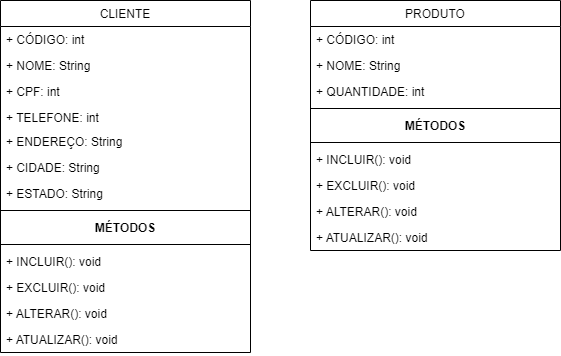
Earlier version of the draw.io export Untitled Diagram.drawio.png (joao100101/Engenharia-De-Software). Source tidied: cells renumbered, new cells last; positions are measured from the earlier drawing's top-left corner, leaving out a move shared by most shapes.
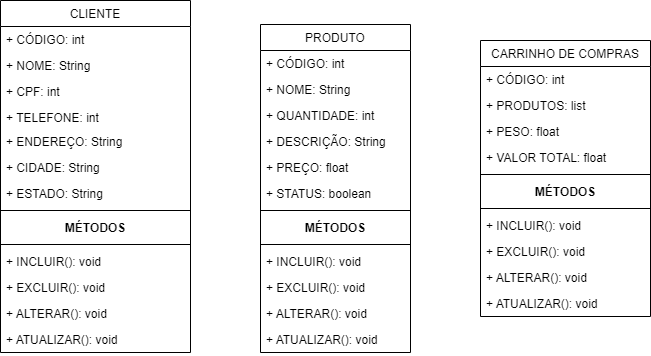
The same diagram one commit later.

Commit message:
Adicionado carrinho de compras

Change to the diagram source:
```diff
@@ -3,82 +3,127 @@
     <mxCell id="0" />
     <mxCell id="1" parent="0" />
     <mxCell id="2" value="CLIENTE" style="swimlane;fontStyle=0;horizontal=1;startSize=26;fillColor=none;" parent="1" vertex="1">
-      <mxGeometry width="250" height="352" as="geometry" />
+      <mxGeometry x="-10" y="10" width="190" height="352" as="geometry" />
     </mxCell>
     <mxCell id="3" value="+ CÓDIGO: int" style="text;strokeColor=none;fillColor=none;align=left;verticalAlign=top;spacingLeft=4;spacingRight=4;overflow=hidden;" parent="2" vertex="1">
-      <mxGeometry y="26" width="250" height="26" as="geometry" />
+      <mxGeometry y="26" width="190" height="26" as="geometry" />
     </mxCell>
     <mxCell id="4" value="+ NOME: String" style="text;strokeColor=none;fillColor=none;align=left;verticalAlign=top;spacingLeft=4;spacingRight=4;overflow=hidden;" parent="2" vertex="1">
-      <mxGeometry y="52" width="250" height="26" as="geometry" />
+      <mxGeometry y="52" width="190" height="26" as="geometry" />
     </mxCell>
     <mxCell id="5" value="+ CPF: int" style="text;strokeColor=none;fillColor=none;align=left;verticalAlign=top;spacingLeft=4;spacingRight=4;overflow=hidden;" parent="2" vertex="1">
-      <mxGeometry y="78" width="250" height="26" as="geometry" />
+      <mxGeometry y="78" width="190" height="26" as="geometry" />
     </mxCell>
     <mxCell id="6" value="+ TELEFONE: int" style="text;strokeColor=none;fillColor=none;align=left;verticalAlign=top;spacingLeft=4;spacingRight=4;overflow=hidden;" parent="2" vertex="1">
-      <mxGeometry y="104" width="250" height="24" as="geometry" />
+      <mxGeometry y="104" width="190" height="24" as="geometry" />
     </mxCell>
     <mxCell id="7" value="+ ENDEREÇO: String" style="text;strokeColor=none;fillColor=none;align=left;verticalAlign=top;spacingLeft=4;spacingRight=4;overflow=hidden;" parent="2" vertex="1">
-      <mxGeometry y="128" width="250" height="26" as="geometry" />
+      <mxGeometry y="128" width="190" height="26" as="geometry" />
     </mxCell>
     <mxCell id="8" value="+ CIDADE: String" style="text;strokeColor=none;fillColor=none;align=left;verticalAlign=top;spacingLeft=4;spacingRight=4;overflow=hidden;" parent="2" vertex="1">
-      <mxGeometry y="154" width="250" height="26" as="geometry" />
+      <mxGeometry y="154" width="190" height="26" as="geometry" />
     </mxCell>
     <mxCell id="9" value="+ ESTADO: String" style="text;strokeColor=none;fillColor=none;align=left;verticalAlign=top;spacingLeft=4;spacingRight=4;overflow=hidden;" parent="2" vertex="1">
-      <mxGeometry y="180" width="250" height="26" as="geometry" />
+      <mxGeometry y="180" width="190" height="26" as="geometry" />
     </mxCell>
     <mxCell id="10" style="line;strokeWidth=1;fillColor=none;align=left;verticalAlign=middle;spacingTop=-1;spacingLeft=3;spacingRight=3;labelPosition=right;" parent="2" vertex="1">
-      <mxGeometry y="206" width="250" height="8" as="geometry" />
+      <mxGeometry y="206" width="190" height="8" as="geometry" />
     </mxCell>
     <mxCell id="11" value="MÉTODOS" style="text;align=center;fontStyle=1;verticalAlign=middle;spacingLeft=3;spacingRight=3;strokeColor=none;" parent="2" vertex="1">
-      <mxGeometry y="214" width="250" height="26" as="geometry" />
+      <mxGeometry y="214" width="190" height="26" as="geometry" />
     </mxCell>
     <mxCell id="12" style="line;strokeWidth=1;fillColor=none;align=left;verticalAlign=middle;spacingTop=-1;spacingLeft=3;spacingRight=3;labelPosition=right;" parent="2" vertex="1">
-      <mxGeometry y="240" width="250" height="8" as="geometry" />
+      <mxGeometry y="240" width="190" height="8" as="geometry" />
     </mxCell>
     <mxCell id="13" value="+ INCLUIR(): void" style="text;strokeColor=none;fillColor=none;align=left;verticalAlign=top;spacingLeft=4;spacingRight=4;overflow=hidden;" parent="2" vertex="1">
-      <mxGeometry y="248" width="250" height="26" as="geometry" />
+      <mxGeometry y="248" width="190" height="26" as="geometry" />
     </mxCell>
     <mxCell id="14" value="+ EXCLUIR(): void" style="text;strokeColor=none;fillColor=none;align=left;verticalAlign=top;spacingLeft=4;spacingRight=4;overflow=hidden;" parent="2" vertex="1">
-      <mxGeometry y="274" width="250" height="26" as="geometry" />
+      <mxGeometry y="274" width="190" height="26" as="geometry" />
     </mxCell>
     <mxCell id="15" value="+ ALTERAR(): void" style="text;strokeColor=none;fillColor=none;align=left;verticalAlign=top;spacingLeft=4;spacingRight=4;overflow=hidden;" parent="2" vertex="1">
-      <mxGeometry y="300" width="250" height="26" as="geometry" />
+      <mxGeometry y="300" width="190" height="26" as="geometry" />
     </mxCell>
     <mxCell id="16" value="+ ATUALIZAR(): void" style="text;strokeColor=none;fillColor=none;align=left;verticalAlign=top;spacingLeft=4;spacingRight=4;overflow=hidden;" parent="2" vertex="1">
-      <mxGeometry y="326" width="250" height="26" as="geometry" />
+      <mxGeometry y="326" width="190" height="26" as="geometry" />
     </mxCell>
     <mxCell id="17" value="PRODUTO" style="swimlane;fontStyle=0;horizontal=1;startSize=26;fillColor=none;" parent="1" vertex="1">
-      <mxGeometry x="310" width="250" height="250" as="geometry" />
+      <mxGeometry x="250" y="34" width="150" height="328" as="geometry" />
     </mxCell>
     <mxCell id="18" value="+ CÓDIGO: int" style="text;strokeColor=none;fillColor=none;align=left;verticalAlign=top;spacingLeft=4;spacingRight=4;overflow=hidden;" parent="17" vertex="1">
-      <mxGeometry y="26" width="250" height="26" as="geometry" />
+      <mxGeometry y="26" width="150" height="26" as="geometry" />
     </mxCell>
     <mxCell id="19" value="+ NOME: String" style="text;strokeColor=none;fillColor=none;align=left;verticalAlign=top;spacingLeft=4;spacingRight=4;overflow=hidden;" parent="17" vertex="1">
-      <mxGeometry y="52" width="250" height="26" as="geometry" />
+      <mxGeometry y="52" width="150" height="26" as="geometry" />
     </mxCell>
     <mxCell id="20" value="+ QUANTIDADE: int" style="text;strokeColor=none;fillColor=none;align=left;verticalAlign=top;spacingLeft=4;spacingRight=4;overflow=hidden;" parent="17" vertex="1">
-      <mxGeometry y="78" width="250" height="26" as="geometry" />
+      <mxGeometry y="78" width="150" height="26" as="geometry" />
     </mxCell>
+    <mxCell id="28" value="+ DESCRIÇÃO: String" style="text;strokeColor=none;fillColor=none;align=left;verticalAlign=top;spacingLeft=4;spacingRight=4;overflow=hidden;" parent="17" vertex="1">
+      <mxGeometry y="104" width="150" height="26" as="geometry" />
+    </mxCell>
+    <mxCell id="29" value="+ PREÇO: float" style="text;strokeColor=none;fillColor=none;align=left;verticalAlign=top;spacingLeft=4;spacingRight=4;overflow=hidden;" parent="17" vertex="1">
+      <mxGeometry y="130" width="150" height="26" as="geometry" />
+    </mxCell>
+    <mxCell id="30" value="+ STATUS: boolean" style="text;strokeColor=none;fillColor=none;align=left;verticalAlign=top;spacingLeft=4;spacingRight=4;overflow=hidden;" parent="17" vertex="1">
+      <mxGeometry y="156" width="150" height="26" as="geometry" />
+    </mxCell>
     <mxCell id="21" style="line;strokeWidth=1;fillColor=none;align=left;verticalAlign=middle;spacingTop=-1;spacingLeft=3;spacingRight=3;labelPosition=right;" parent="17" vertex="1">
-      <mxGeometry y="104" width="250" height="8" as="geometry" />
+      <mxGeometry y="182" width="150" height="8" as="geometry" />
     </mxCell>
     <mxCell id="22" value="MÉTODOS" style="text;align=center;fontStyle=1;verticalAlign=middle;spacingLeft=3;spacingRight=3;strokeColor=none;" parent="17" vertex="1">
-      <mxGeometry y="112" width="250" height="26" as="geometry" />
+      <mxGeometry y="190" width="150" height="26" as="geometry" />
     </mxCell>
     <mxCell id="23" style="line;strokeWidth=1;fillColor=none;align=left;verticalAlign=middle;spacingTop=-1;spacingLeft=3;spacingRight=3;labelPosition=right;" parent="17" vertex="1">
-      <mxGeometry y="138" width="250" height="8" as="geometry" />
+      <mxGeometry y="216" width="150" height="8" as="geometry" />
     </mxCell>
     <mxCell id="24" value="+ INCLUIR(): void" style="text;strokeColor=none;fillColor=none;align=left;verticalAlign=top;spacingLeft=4;spacingRight=4;overflow=hidden;" parent="17" vertex="1">
-      <mxGeometry y="146" width="250" height="26" as="geometry" />
+      <mxGeometry y="224" width="150" height="26" as="geometry" />
     </mxCell>
     <mxCell id="25" value="+ EXCLUIR(): void" style="text;strokeColor=none;fillColor=none;align=left;verticalAlign=top;spacingLeft=4;spacingRight=4;overflow=hidden;" parent="17" vertex="1">
-      <mxGeometry y="172" width="250" height="26" as="geometry" />
+      <mxGeometry y="250" width="150" height="26" as="geometry" />
     </mxCell>
     <mxCell id="26" value="+ ALTERAR(): void" style="text;strokeColor=none;fillColor=none;align=left;verticalAlign=top;spacingLeft=4;spacingRight=4;overflow=hidden;" parent="17" vertex="1">
-      <mxGeometry y="198" width="250" height="26" as="geometry" />
+      <mxGeometry y="276" width="150" height="26" as="geometry" />
     </mxCell>
     <mxCell id="27" value="+ ATUALIZAR(): void" style="text;strokeColor=none;fillColor=none;align=left;verticalAlign=top;spacingLeft=4;spacingRight=4;overflow=hidden;" parent="17" vertex="1">
-      <mxGeometry y="224" width="250" height="26" as="geometry" />
+      <mxGeometry y="302" width="150" height="26" as="geometry" />
     </mxCell>
+    <mxCell id="31" value="CARRINHO DE COMPRAS" style="swimlane;fontStyle=0;horizontal=1;startSize=26;fillColor=none;" parent="1" vertex="1">
+      <mxGeometry x="470" y="50" width="170" height="276" as="geometry" />
+    </mxCell>
+    <mxCell id="32" value="+ CÓDIGO: int" style="text;strokeColor=none;fillColor=none;align=left;verticalAlign=top;spacingLeft=4;spacingRight=4;overflow=hidden;" parent="31" vertex="1">
+      <mxGeometry y="26" width="170" height="26" as="geometry" />
+    </mxCell>
+    <mxCell id="33" value="+ PRODUTOS: list" style="text;strokeColor=none;fillColor=none;align=left;verticalAlign=top;spacingLeft=4;spacingRight=4;overflow=hidden;" parent="31" vertex="1">
+      <mxGeometry y="52" width="170" height="26" as="geometry" />
+    </mxCell>
+    <mxCell id="34" value="+ PESO: float" style="text;strokeColor=none;fillColor=none;align=left;verticalAlign=top;spacingLeft=4;spacingRight=4;overflow=hidden;" parent="31" vertex="1">
+      <mxGeometry y="78" width="170" height="26" as="geometry" />
+    </mxCell>
+    <mxCell id="35" value="+ VALOR TOTAL: float" style="text;strokeColor=none;fillColor=none;align=left;verticalAlign=top;spacingLeft=4;spacingRight=4;overflow=hidden;" parent="31" vertex="1">
+      <mxGeometry y="104" width="170" height="26" as="geometry" />
+    </mxCell>
+    <mxCell id="36" style="line;strokeWidth=1;fillColor=none;align=left;verticalAlign=middle;spacingTop=-1;spacingLeft=3;spacingRight=3;labelPosition=right;" parent="31" vertex="1">
+      <mxGeometry y="130" width="170" height="8" as="geometry" />
+    </mxCell>
+    <mxCell id="37" value="MÉTODOS" style="text;align=center;fontStyle=1;verticalAlign=middle;spacingLeft=3;spacingRight=3;strokeColor=none;" parent="31" vertex="1">
+      <mxGeometry y="138" width="170" height="26" as="geometry" />
+    </mxCell>
+    <mxCell id="38" style="line;strokeWidth=1;fillColor=none;align=left;verticalAlign=middle;spacingTop=-1;spacingLeft=3;spacingRight=3;labelPosition=right;" parent="31" vertex="1">
+      <mxGeometry y="164" width="170" height="8" as="geometry" />
+    </mxCell>
+    <mxCell id="39" value="+ INCLUIR(): void" style="text;strokeColor=none;fillColor=none;align=left;verticalAlign=top;spacingLeft=4;spacingRight=4;overflow=hidden;" parent="31" vertex="1">
+      <mxGeometry y="172" width="170" height="26" as="geometry" />
+    </mxCell>
+    <mxCell id="40" value="+ EXCLUIR(): void" style="text;strokeColor=none;fillColor=none;align=left;verticalAlign=top;spacingLeft=4;spacingRight=4;overflow=hidden;" parent="31" vertex="1">
+      <mxGeometry y="198" width="170" height="26" as="geometry" />
+    </mxCell>
+    <mxCell id="41" value="+ ALTERAR(): void" style="text;strokeColor=none;fillColor=none;align=left;verticalAlign=top;spacingLeft=4;spacingRight=4;overflow=hidden;" parent="31" vertex="1">
+      <mxGeometry y="224" width="170" height="26" as="geometry" />
+    </mxCell>
+    <mxCell id="42" value="+ ATUALIZAR(): void" style="text;strokeColor=none;fillColor=none;align=left;verticalAlign=top;spacingLeft=4;spacingRight=4;overflow=hidden;" parent="31" vertex="1">
+      <mxGeometry y="250" width="170" height="26" as="geometry" />
+    </mxCell>
   </root>
 </mxGraphModel>
```
